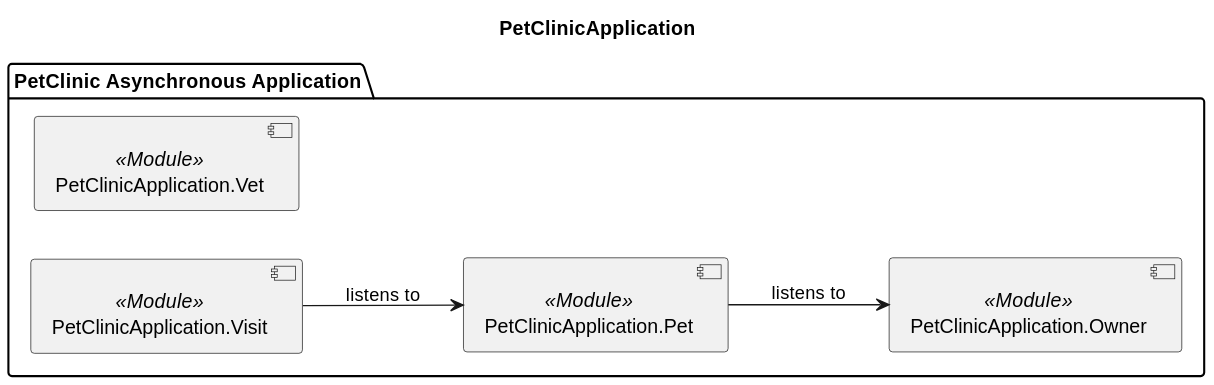
The PlantUML diagram docs/svg/components-AsyncApplication.svg in NunoMarmeleiro/spring-petclinic, before a commit.
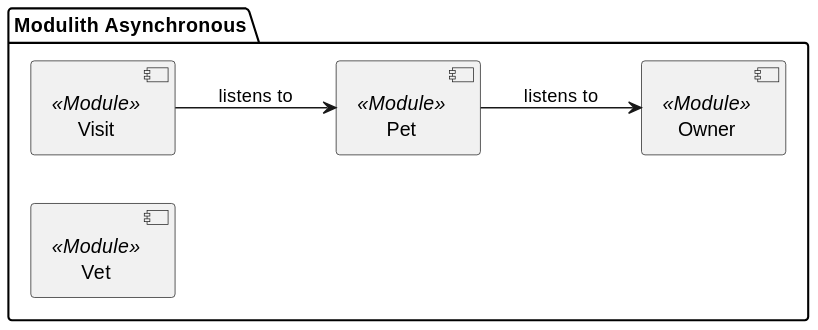
After the commit.

The edit, as a diff of the source:
```diff
@@ -1,19 +1,13 @@
 @startuml
-title PetClinicApplication
-
 left to right direction
 
-title PetClinicApplication
-
-left to right direction
-
-package "PetClinic Asynchronous Application" {
-  [PetClinicApplication.Owner] <<Module>>
-  [PetClinicApplication.Vet] <<Module>>
-  [PetClinicApplication.Visit] <<Module>>
-  [PetClinicApplication.Pet] <<Module>>
+package "Modulith Asynchronous" {
+  [Owner] <<Module>>
+  [Visit] <<Module>>
+  [Pet] <<Module>>
+  [Vet] <<Module>>
 }
 
-[PetClinicApplication.Visit] --> [PetClinicApplication.Pet] : listens to
-[PetClinicApplication.Pet] --> [PetClinicApplication.Owner] : listens to
+[Visit] --> [Pet] : listens to
+[Pet] --> [Owner] : listens to
 @enduml
```
